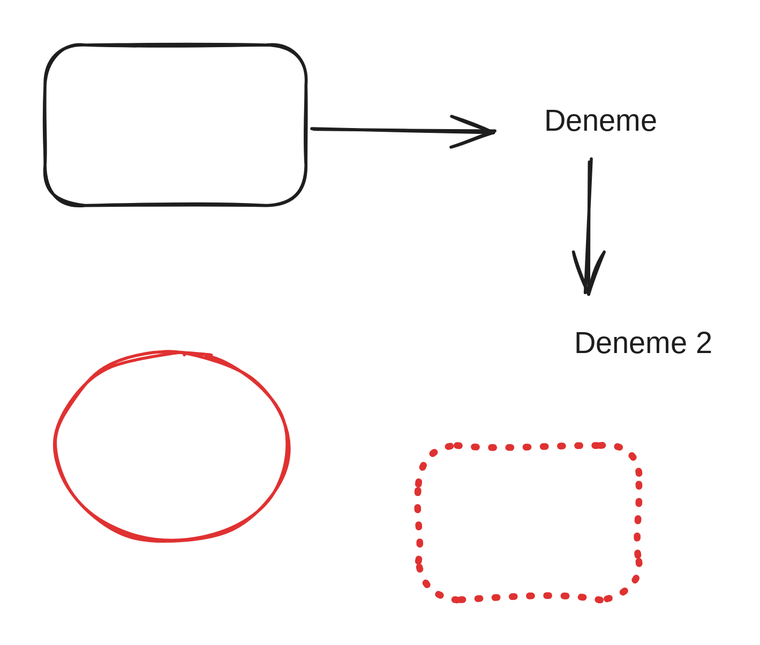
Above: docs/.gitbook/assets/file.excalidraw (1).svg in omerbulbul91/MyGitHubReleasesProject (Excalidraw), before the change. Source tidied: one line per element, renumbered; positions are measured from the earlier drawing's top-left corner, leaving out a move shared by most shapes.
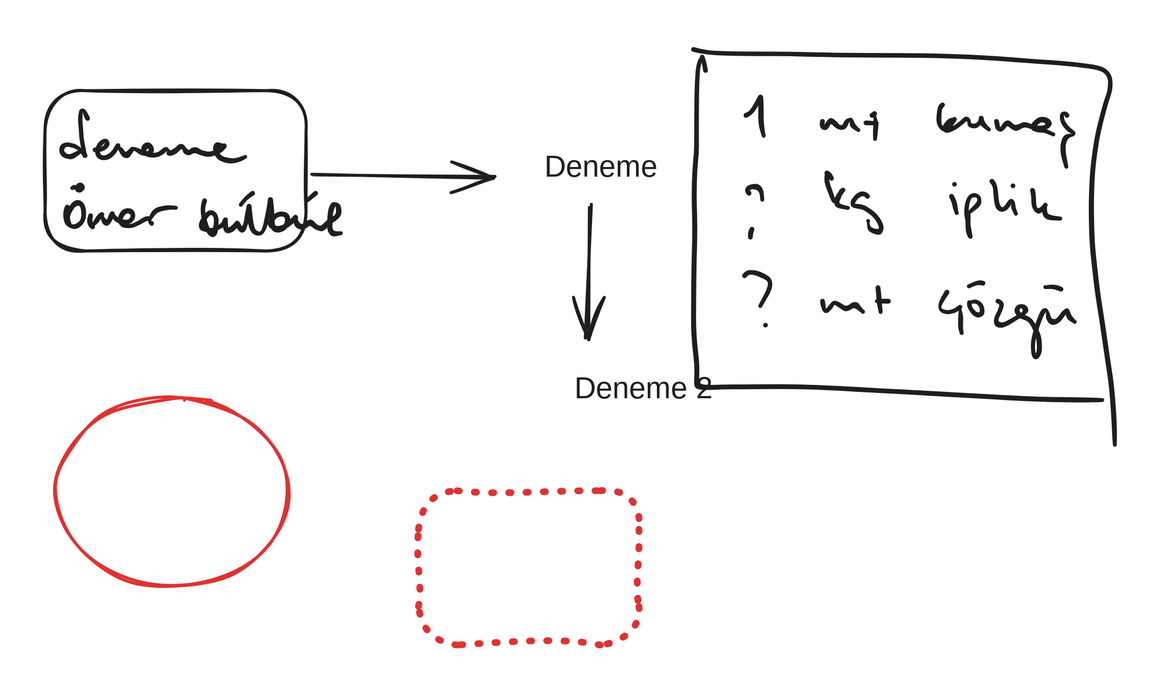
After the change.

Commit message:
GITBOOK-22: No subject

Diff of the diagram source:
```diff
@@ -5,3 +5,41 @@
 {"id": 4, "type": "text", "text": "Deneme 2", "strokeColor": "#1e1e1e", "strokeWidth": 2, "roughness": 1, "fontSize": 20, "fontFamily": 3, "x": 353, "y": 187, "width": 94, "height": 24}
 {"id": 5, "type": "ellipse", "strokeColor": "#e03131", "strokeWidth": 2, "roughness": 1, "round": true, "x": 7, "y": 205, "width": 155, "height": 126}
 {"id": 6, "type": "rectangle", "strokeColor": "#e03131", "strokeWidth": 4, "strokeStyle": "dotted", "roughness": 2, "round": true, "x": 249, "y": 267, "width": 147, "height": 103}
+{"id": 7, "type": "freedraw", "strokeColor": "#1e1e1e", "strokeWidth": 1, "roughness": 1, "x": 28, "y": 18, "width": 19, "height": 33, "points": [[0, 0], [0, -2], [-2, -4], [-3, -6], [-4, -7], [-5, -6], [-5, -4], [-5, 0], [-5, 5], [-4, 11], [-4, 16], [-3, 20], [-2, 24], [-2, 25], [-1, 26], [-2, 25], [-2, 24], [-4, 22], [-5, 20], [-10, 17], [-14, 17], [-17, 17], [-19, 19], [-18, 24], [-16, 26], [-13, 26], [-10, 26], [-8, 26], [-4, 22], [-4, 21]]}
+{"id": 8, "type": "freedraw", "strokeColor": "#1e1e1e", "strokeWidth": 1, "roughness": 1, "x": 33, "y": 40, "width": 101, "height": 15, "points": [[0, 0], [6, 0], [9, -6], [2, -3], [2, 5], [10, 5], [15, -3], [18, 1], [23, 5], [25, -1], [29, 1], [38, 3], [37, -3], [34, -4], [32, -1], [41, 4], [47, 0], [48, 0], [51, 3], [57, -2], [59, -2], [63, 3], [66, -1], [70, 2], [85, 0], [82, -5], [81, 5], [95, 8], [101, 4]]}
+{"id": 9, "type": "freedraw", "strokeColor": "#1e1e1e", "strokeWidth": 1, "roughness": 1, "x": 16, "y": 80, "width": 13, "height": 19, "points": [[0, 0], [0, -2], [-1, -3], [-2, -4], [-3, -2], [-3, 0], [-3, 5], [-2, 9], [-1, 12], [5, 13], [7, 11], [9, 8], [10, 5], [10, 1], [9, -4], [7, -6], [5, -6], [3, -5], [1, -2], [-1, 2], [-2, 5], [-2, 7], [-2, 9], [-1, 10], [0, 10], [1, 11]]}
+{"id": 10, "type": "freedraw", "strokeColor": "#1e1e1e", "strokeWidth": 1, "roughness": 1, "x": 30, "y": 84, "width": 59, "height": 14, "points": [[0, 0], [0, -2], [-1, 2], [-1, 6], [2, 8], [5, 2], [8, -2], [9, 3], [11, 6], [13, 4], [14, -2], [16, 0], [18, 4], [27, 5], [29, -3], [22, -4], [19, 2], [21, 7], [31, 7], [37, 2], [41, 1], [40, 5], [42, -4], [52, -6], [57, -6]]}
+{"id": 11, "type": "freedraw", "strokeColor": "#1e1e1e", "strokeWidth": 1, "roughness": 1, "x": 23, "y": 64, "width": 1, "height": 1, "points": [[0, 0], [-1, 1]]}
+{"id": 12, "type": "freedraw", "strokeColor": "#1e1e1e", "strokeWidth": 1, "roughness": 1, "x": 19, "y": 64, "width": 5, "height": 2, "points": [[0, 0], [-1, 0], [-2, 1], [-4, 1], [-5, 2], [0, 0]]}
+{"id": 13, "type": "freedraw", "strokeColor": "#1e1e1e", "strokeWidth": 1, "roughness": 1, "x": 106, "y": 74, "width": 95, "height": 27, "points": [[0, 0], [1, 18], [7, 23], [7, 8], [-2, 14], [4, 20], [14, 14], [14, 14], [16, 21], [22, 13], [26, 22], [29, 6], [30, 12], [37, 23], [44, 1], [44, 1], [47, 21], [56, 12], [46, 9], [48, 19], [61, 11], [62, 17], [67, 17], [72, 14], [79, 19], [84, 13], [89, 10], [88, 1], [83, 22], [92, 21]]}
+{"id": 14, "type": "freedraw", "strokeColor": "#1e1e1e", "strokeWidth": 1, "roughness": 1, "x": 180, "y": 68, "width": 7, "height": 6, "points": [[0, 0], [-1, 0], [-2, 0], [-3, 1], [-6, 5], [-7, 6]]}
+{"id": 15, "type": "freedraw", "strokeColor": "#1e1e1e", "strokeWidth": 1, "roughness": 1, "x": 138, "y": 68, "width": 9, "height": 9, "points": [[0, 0], [-2, 0], [-5, 2], [-7, 5], [-8, 8], [-9, 9]]}
+{"id": 16, "type": "freedraw", "strokeColor": "#1e1e1e", "strokeWidth": 1, "roughness": 1, "x": 467, "y": 16, "width": 12, "height": 29, "points": [[0, 0], [0, 1], [1, 1], [2, 0], [4, -2], [6, -5], [8, -9], [10, -13], [10, -15], [10, -13], [10, -9], [10, -5], [10, 0], [10, 9], [11, 12], [11, 14], [12, 14], [12, 14]]}
+{"id": 17, "type": "freedraw", "strokeColor": "#1e1e1e", "strokeWidth": 1, "roughness": 1, "x": 518, "y": 20, "width": 27, "height": 10, "points": [[0, 0], [-1, 0], [-2, 1], [-2, 2], [-1, 5], [2, 6], [3, 5], [4, 1], [5, -1], [6, -3], [7, -1], [10, 3], [11, 5], [14, 5], [15, 4], [16, 2], [16, 0], [17, -2], [18, -2], [19, -2], [20, 1], [20, 3], [21, 5], [24, 7], [25, 6]]}
+{"id": 18, "type": "freedraw", "strokeColor": "#1e1e1e", "strokeWidth": 1, "roughness": 1, "x": 551, "y": 16, "width": 3, "height": 19, "points": [[0, 0], [1, 0], [2, -2], [3, -2], [3, 2], [3, 9], [2, 13], [2, 17], [2, 17]]}
+{"id": 19, "type": "freedraw", "strokeColor": "#1e1e1e", "strokeWidth": 1, "roughness": 1, "x": 547, "y": 22, "width": 10, "height": 1, "points": [[0, 0], [-1, 1], [0, 1], [3, 1], [8, 1], [9, 0]]}
+{"id": 20, "type": "freedraw", "strokeColor": "#1e1e1e", "strokeWidth": 1, "roughness": 1, "x": 598, "y": 10, "width": 35, "height": 21, "points": [[0, 0], [-1, -1], [-3, -2], [-3, 3], [-3, 13], [-2, 17], [2, 19], [4, 17], [7, 12], [8, 10], [9, 8], [6, 9], [4, 11], [0, 16], [0, 17], [2, 18], [5, 18], [11, 14], [14, 11], [16, 9], [17, 8], [17, 9], [17, 10], [18, 12], [18, 15], [22, 15], [24, 14], [25, 12], [26, 11], [26, 9], [26, 8], [26, 10], [27, 13], [28, 15], [31, 17], [32, 17]]}
+{"id": 21, "type": "freedraw", "strokeColor": "#1e1e1e", "strokeWidth": 1, "roughness": 1, "x": 634, "y": 20, "width": 39, "height": 11, "points": [[0, 0], [1, 0], [1, 1], [1, 2], [1, 4], [1, 7], [3, 7], [6, 3], [7, 0], [8, 0], [9, 1], [10, 3], [12, 5], [13, 6], [14, 6], [19, 1], [20, 1], [23, 3], [26, 5], [34, 5], [37, 3], [37, 1], [35, -1], [32, -2], [29, -2], [26, -1], [23, 4], [23, 5], [24, 6], [26, 6], [29, 6], [31, 6], [32, 6], [33, 6], [34, 7], [35, 8], [38, 9], [39, 9]]}
+{"id": 22, "type": "freedraw", "strokeColor": "#1e1e1e", "strokeWidth": 1, "roughness": 1, "x": 681, "y": 16, "width": 11, "height": 39, "points": [[0, 0], [0, -1], [0, -3], [-2, -3], [-4, -2], [-4, 4], [-2, 7], [1, 10], [4, 12], [7, 13], [5, 13], [2, 13], [-1, 14], [-3, 16], [-3, 20], [-3, 25], [-2, 30], [0, 36], [0, 36]]}
+{"id": 23, "type": "freedraw", "strokeColor": "#1e1e1e", "strokeWidth": 1, "roughness": 1, "x": 469, "y": 68, "width": 12, "height": 11, "points": [[0, 0], [-1, -1], [-2, -2], [-2, -3], [-1, -4], [2, -5], [5, -5], [8, -5], [10, 0], [9, 5], [9, 6]]}
+{"id": 24, "type": "freedraw", "strokeColor": "#1e1e1e", "strokeWidth": 1, "roughness": 1, "x": 471, "y": 92, "width": 2, "height": 7, "points": [[0, 0], [0, 3], [-1, 4], [-2, 5], [-1, 7], [0, 0]]}
+{"id": 25, "type": "freedraw", "strokeColor": "#1e1e1e", "strokeWidth": 1, "roughness": 1, "x": 524, "y": 58, "width": 17, "height": 25, "points": [[0, 0], [-2, -5], [-3, -5], [-4, -4], [-4, -1], [-3, 3], [-2, 7], [0, 11], [2, 17], [3, 18], [4, 17], [4, 15], [5, 13], [6, 10], [6, 8], [7, 7], [8, 7], [8, 8], [5, 11], [3, 14], [3, 16], [3, 19], [5, 20], [11, 20], [13, 20]]}
+{"id": 26, "type": "freedraw", "strokeColor": "#1e1e1e", "strokeWidth": 1, "roughness": 1, "x": 548, "y": 70, "width": 21, "height": 29, "points": [[0, 0], [0, -1], [-1, -2], [-3, -3], [-6, -2], [-9, 1], [-10, 4], [-11, 5], [-10, 7], [-8, 7], [-3, 7], [0, 8], [3, 11], [7, 14], [9, 18], [10, 21], [10, 24], [9, 26], [4, 24], [1, 22], [-1, 20], [-1, 19], [-1, 18], [0, 16], [1, 16]]}
+{"id": 27, "type": "freedraw", "strokeColor": "#1e1e1e", "strokeWidth": 1, "roughness": 1, "x": 604, "y": 70, "width": 4, "height": 12, "points": [[0, 0], [2, 0], [3, 6], [3, 10], [3, 12], [4, 12]]}
+{"id": 28, "type": "freedraw", "strokeColor": "#1e1e1e", "strokeWidth": 1, "roughness": 1, "x": 606, "y": 62, "width": 1, "height": 2, "points": [[0, 0], [0, -1], [-1, -2], [0, 0]]}
+{"id": 29, "type": "freedraw", "strokeColor": "#1e1e1e", "strokeWidth": 1, "roughness": 1, "x": 615, "y": 82, "width": 11, "height": 32, "points": [[0, 0], [0, 2], [0, 4], [0, 7], [0, 12], [0, 16], [2, 18], [2, 16], [1, 12], [0, 7], [-1, 1], [-2, -6], [1, -14], [4, -14], [7, -12], [9, -10], [8, -5], [6, -3], [2, 0], [0, 0]]}
+{"id": 30, "type": "freedraw", "strokeColor": "#1e1e1e", "strokeWidth": 1, "roughness": 1, "x": 631, "y": 60, "width": 17, "height": 23, "points": [[0, 0], [1, 0], [2, 0], [3, 4], [3, 9], [3, 15], [4, 19], [5, 20], [8, 20], [10, 18], [11, 16], [12, 14], [13, 12], [14, 12], [14, 13], [14, 15], [14, 19], [15, 22], [17, 23]]}
+{"id": 31, "type": "freedraw", "strokeColor": "#1e1e1e", "strokeWidth": 1, "roughness": 1, "x": 645, "y": 64, "width": 1, "height": 2, "points": [[0, 0], [0, -1], [0, -2], [-1, -1], [0, 0]]}
+{"id": 32, "type": "freedraw", "strokeColor": "#1e1e1e", "strokeWidth": 1, "roughness": 1, "x": 658, "y": 66, "width": 20, "height": 21, "points": [[0, 0], [0, -1], [1, -1], [1, -2], [1, 0], [1, 4], [1, 9], [1, 13], [3, 15], [4, 16], [7, 13], [8, 11], [9, 10], [9, 9], [8, 12], [8, 15], [8, 17], [10, 19], [14, 19], [20, 19], [20, 19]]}
+{"id": 33, "type": "freedraw", "strokeColor": "#1e1e1e", "strokeWidth": 1, "roughness": 1, "x": 466, "y": 124, "width": 19, "height": 27, "points": [[0, 0], [3, -3], [4, -4], [11, -2], [17, 2], [19, 4], [18, 8], [15, 14], [10, 21], [9, 23]]}
+{"id": 34, "type": "freedraw", "strokeColor": "#1e1e1e", "strokeWidth": 1, "roughness": 1, "x": 480, "y": 156, "width": 3, "height": 1, "points": [[0, 0], [1, 1], [3, 1], [0, 0]]}
+{"id": 35, "type": "freedraw", "strokeColor": "#1e1e1e", "strokeWidth": 1, "roughness": 1, "x": 518, "y": 140, "width": 28, "height": 9, "points": [[0, 0], [0, 1], [1, 3], [1, 6], [2, 9], [4, 7], [5, 4], [7, 2], [7, 0], [9, 0], [10, 1], [12, 3], [13, 4], [16, 6], [17, 6], [19, 4], [20, 3], [21, 2], [22, 1], [23, 1], [23, 3], [25, 6], [27, 7], [28, 8]]}
+{"id": 36, "type": "freedraw", "strokeColor": "#1e1e1e", "strokeWidth": 1, "roughness": 1, "x": 555, "y": 132, "width": 2, "height": 18, "points": [[0, 0], [1, 0], [1, 1], [1, 4], [1, 9], [1, 13], [2, 17], [2, 18]]}
+{"id": 37, "type": "freedraw", "strokeColor": "#1e1e1e", "strokeWidth": 1, "roughness": 1, "x": 562, "y": 140, "width": 11, "height": 0, "points": [[0, 0], [-2, 0], [-6, 0], [-11, 0]]}
+{"id": 38, "type": "freedraw", "strokeColor": "#1e1e1e", "strokeWidth": 1, "roughness": 1, "x": 601, "y": 134, "width": 18, "height": 28, "points": [[0, 0], [-2, 0], [-4, 0], [-8, 13], [-5, 15], [3, 15], [8, 12], [9, 10], [10, 9], [10, 14], [9, 18], [9, 23], [9, 27], [10, 28], [10, 28]]}
+{"id": 39, "type": "freedraw", "strokeColor": "#1e1e1e", "strokeWidth": 1, "roughness": 1, "x": 616, "y": 142, "width": 13, "height": 12, "points": [[0, 0], [0, -1], [0, -2], [0, -1], [0, 2], [0, 5], [5, 10], [7, 10], [9, 8], [10, 6], [8, 0], [5, -2], [1, -2], [-3, 1], [0, 0]]}
+{"id": 40, "type": "freedraw", "strokeColor": "#1e1e1e", "strokeWidth": 1, "roughness": 1, "x": 625, "y": 128, "width": 11, "height": 5, "points": [[0, 0], [-1, 0], [-1, -1], [-3, -2], [-6, -1], [-10, 2], [-11, 3]]}
+{"id": 41, "type": "freedraw", "strokeColor": "#1e1e1e", "strokeWidth": 1, "roughness": 1, "x": 635, "y": 140, "width": 54, "height": 40, "points": [[0, 0], [4, -1], [3, 4], [-2, 13], [-1, 17], [5, 16], [14, 10], [19, 7], [19, 6], [18, 4], [16, 3], [12, 4], [15, 11], [21, 12], [28, 24], [28, 38], [25, 39], [23, 33], [24, 21], [31, 4], [32, 5], [33, 9], [35, 14], [38, 15], [42, 11], [45, 6], [46, 5], [47, 8], [48, 13], [51, 14]]}
+{"id": 42, "type": "freedraw", "strokeColor": "#1e1e1e", "strokeWidth": 1, "roughness": 1, "x": 677, "y": 132, "width": 12, "height": 3, "points": [[0, 0], [-1, 0], [-3, -2], [-8, -3], [-11, -2], [-12, -1]]}
+{"id": 43, "type": "freedraw", "strokeColor": "#1e1e1e", "strokeWidth": 1, "roughness": 1, "x": 440, "y": -14, "width": 275, "height": 231, "points": [[0, 0], [-1, -6], [-2, -11], [-3, -11], [-5, -4], [-6, 2], [-6, 15], [-6, 23], [-6, 32], [-6, 42], [-6, 52], [-6, 62], [-8, 74], [-8, 96], [-7, 107], [-7, 119], [-8, 141], [-8, 152], [-8, 171], [-8, 180], [-7, 188], [-6, 194], [-5, 204], [-6, 210], [-6, 211], [-6, 212], [-4, 212], [1, 212], [20, 211], [35, 211], [52, 211], [71, 211], [94, 212], [118, 214], [144, 215], [191, 218], [212, 219], [229, 220], [242, 220], [253, 220], [261, 220], [267, 220], [267, 220]]}
+{"id": 44, "type": "freedraw", "strokeColor": "#1e1e1e", "strokeWidth": 1, "roughness": 1, "x": 432, "y": -28, "width": 282, "height": 270, "points": [[0, 0], [-1, -3], [0, -2], [8, 2], [16, 3], [27, 3], [42, 3], [58, 3], [77, 3], [98, 4], [121, 4], [144, 4], [168, 4], [189, 5], [209, 6], [228, 8], [243, 9], [256, 10], [264, 11], [270, 12], [274, 13], [277, 15], [278, 18], [279, 22], [278, 27], [277, 32], [274, 38], [272, 46], [267, 66], [266, 78], [265, 90], [265, 102], [265, 116], [266, 145], [269, 160], [271, 176], [274, 191], [276, 206], [278, 220], [280, 232], [281, 252], [281, 259], [281, 266], [281, 267]]}
```
